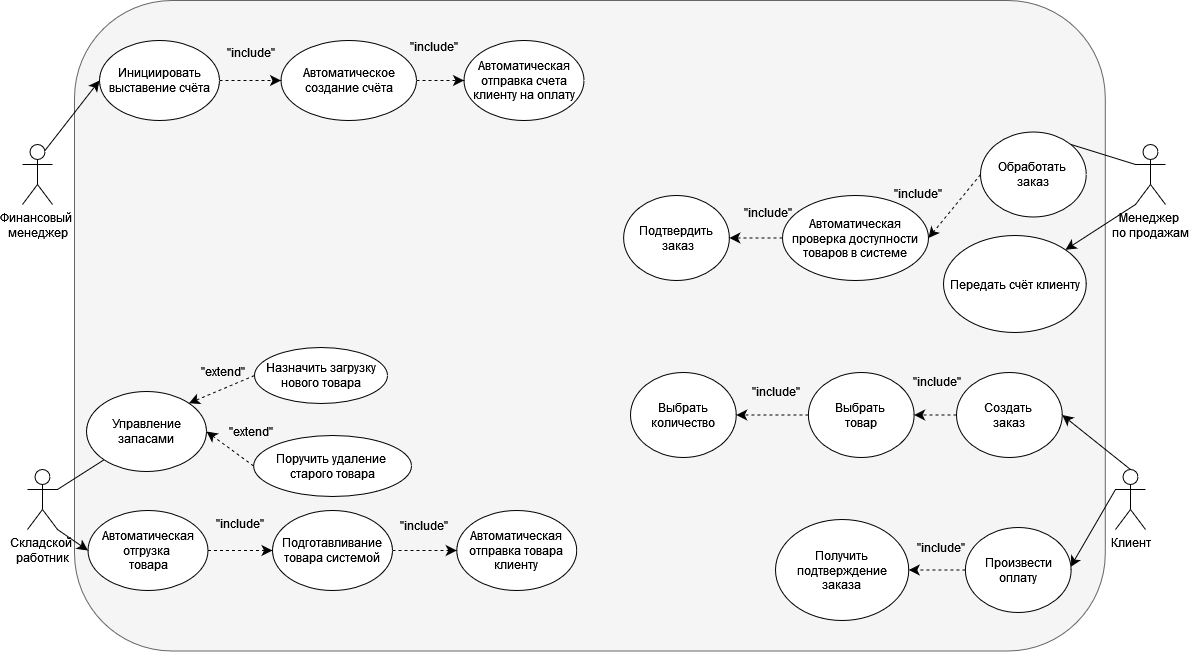
Before: 7777.drawio.png, a diagram exported from draw.io (Helpmepleaseitishard/Aikms). Source tidied: cells renumbered, new cells last; positions are measured from the earlier drawing's top-left corner, leaving out a move shared by most shapes.
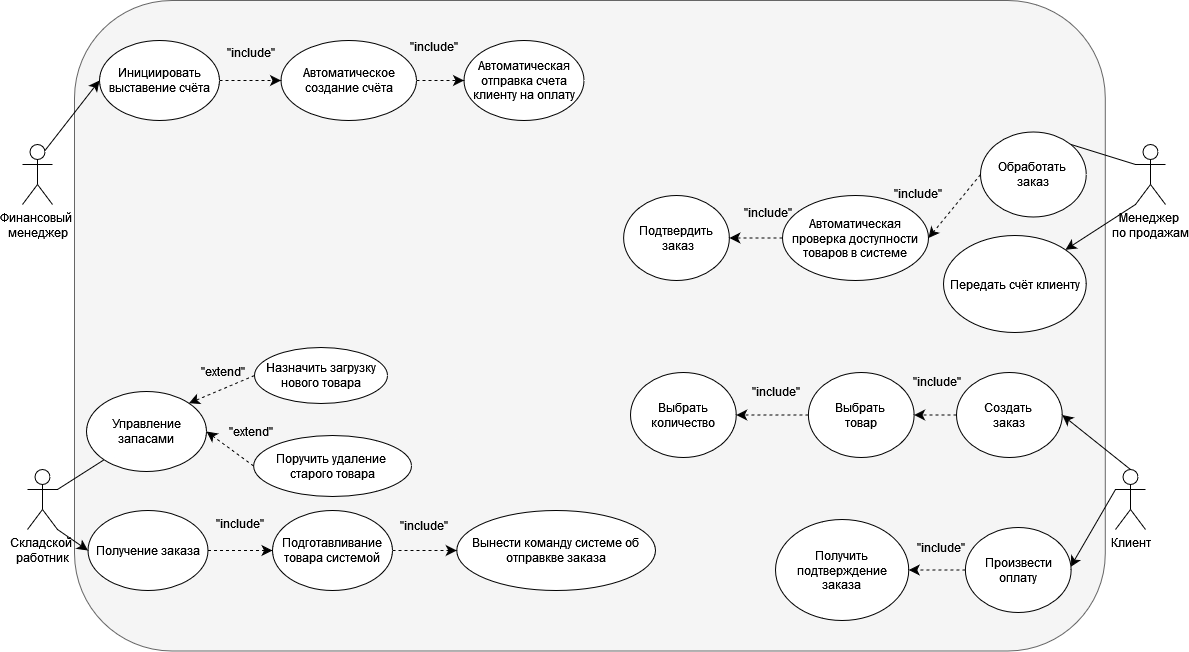
After the change.

Diff of the diagram source:
```diff
@@ -64,7 +64,7 @@
     <mxCell id="21" style="edgeStyle=none;curved=1;rounded=0;jettySize=auto;html=1;exitX=1;exitY=0.5;exitDx=0;exitDy=0;entryX=0;entryY=0.5;entryDx=0;entryDy=0;fontSize=12;startSize=8;endSize=8;dashed=1;fontColor=#000000;" parent="1" edge="1" source="22" target="24">
       <mxGeometry relative="1" as="geometry" />
     </mxCell>
-    <mxCell id="22" value="&lt;div&gt;&lt;span style=&quot;&quot;&gt;Автоматическая отгрузка&amp;nbsp;&lt;/span&gt;&lt;/div&gt;&lt;div&gt;&lt;span style=&quot;&quot;&gt;товара&lt;/span&gt;&lt;/div&gt;" style="ellipse;whiteSpace=wrap;html=1;" parent="1" vertex="1">
+    <mxCell id="22" value="Получение заказа" style="ellipse;whiteSpace=wrap;html=1;" parent="1" vertex="1">
       <mxGeometry x="65.5" y="510" width="120" height="80" as="geometry" />
     </mxCell>
     <mxCell id="23" style="edgeStyle=none;curved=1;rounded=0;jettySize=auto;html=1;exitX=1;exitY=0.5;exitDx=0;exitDy=0;entryX=0;entryY=0.5;entryDx=0;entryDy=0;fontSize=12;startSize=8;endSize=8;dashed=1;fontColor=#000000;" parent="1" edge="1" source="24" target="25">
@@ -73,8 +73,8 @@
     <mxCell id="24" value="Подготавливание товара системой" style="ellipse;whiteSpace=wrap;html=1;" parent="1" vertex="1">
       <mxGeometry x="250" y="510" width="120" height="80" as="geometry" />
     </mxCell>
-    <mxCell id="25" value="&lt;span style=&quot;&quot;&gt;Автоматическая о&lt;/span&gt;тправка товара клиенту" style="ellipse;whiteSpace=wrap;html=1;" parent="1" vertex="1">
-      <mxGeometry x="434.2" y="510" width="120" height="80" as="geometry" />
+    <mxCell id="25" value="Вынести команду системе об отправкве заказа" style="ellipse;whiteSpace=wrap;html=1;" parent="1" vertex="1">
+      <mxGeometry x="434.2" y="510" width="198.8" height="80" as="geometry" />
     </mxCell>
     <mxCell id="26" style="edgeStyle=none;curved=1;rounded=0;jettySize=auto;html=1;exitX=0;exitY=0.5;exitDx=0;exitDy=0;entryX=1;entryY=0;entryDx=0;entryDy=0;fontSize=12;startSize=8;endSize=8;dashed=1;fontColor=#000000;" parent="1" edge="1" source="27" target="20">
       <mxGeometry relative="1" as="geometry" />
```
